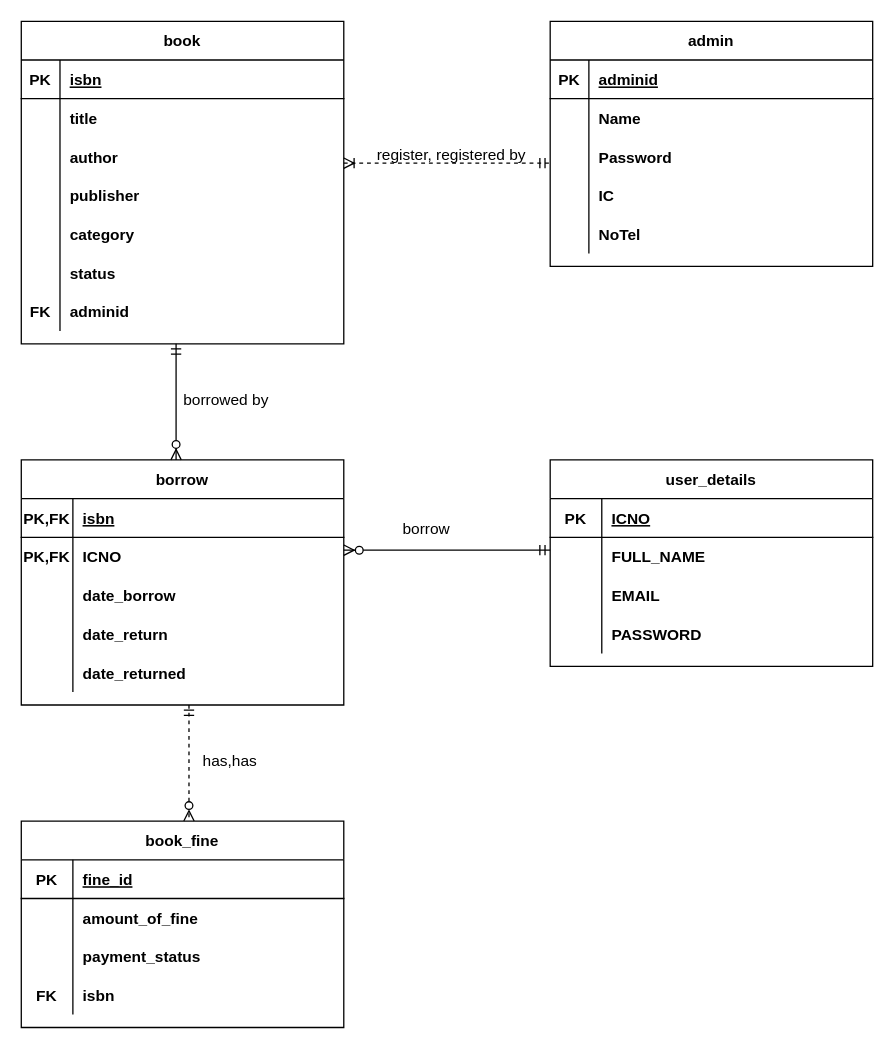
Above: Untitled Diagram.drawio in nurezzajeslin/Exercise-1 (draw.io), before the change. Source tidied: cells renumbered, new cells numbered last; positions are measured from the earlier drawing's top-left corner, leaving out a move shared by most shapes. Both pictures are drawn from the tidied source at 129%, with x=0, y=0 at pixel (21, 21).
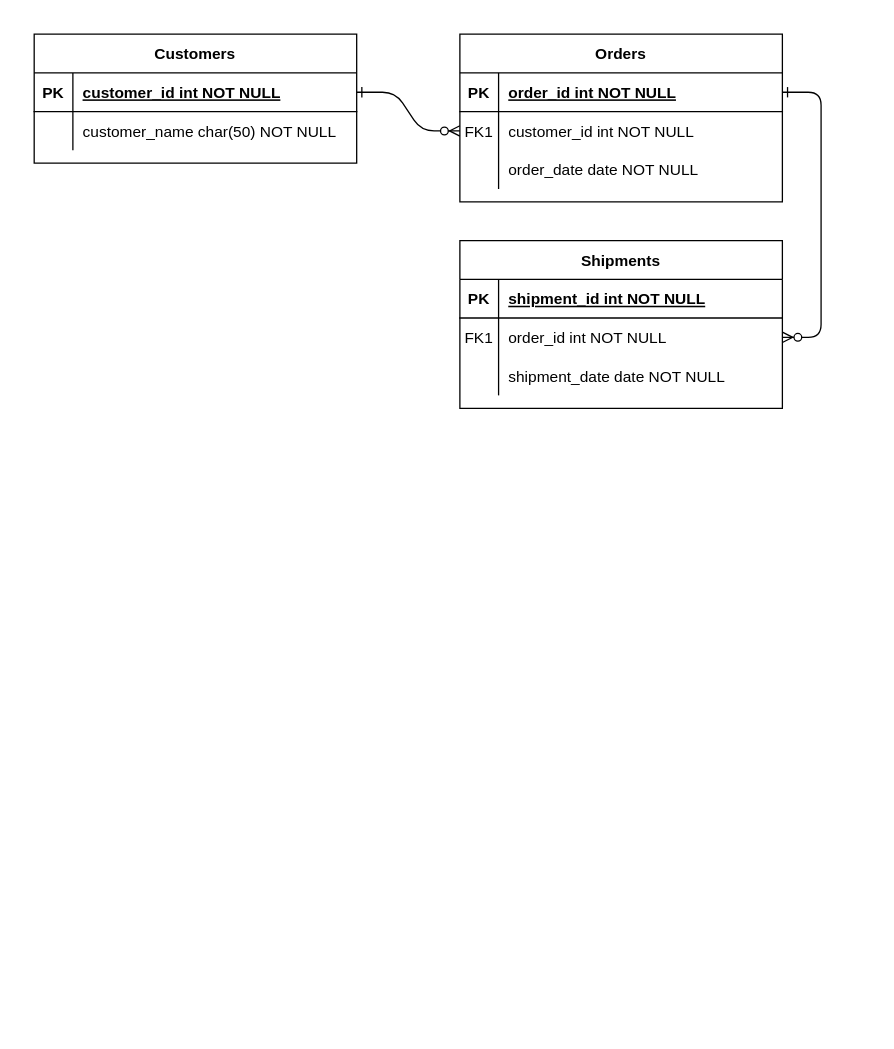
After the change.

Unchanged cells that the change refers to:
```xml
<mxCell id="3" style="shape=partialRectangle;fillColor=none;points=[[0,0.5],[1,0.5]];portConstraint=eastwest;top=0;left=0;right=0;bottom=1;" parent="2" vertex="1">
  <mxGeometry y="30" width="250" height="30" as="geometry" />
</mxCell>
<mxCell id="6" style="shape=partialRectangle;fillColor=none;points=[[0,0.5],[1,0.5]];portConstraint=eastwest;top=0;left=0;right=0;bottom=0;" parent="2" vertex="1">
  <mxGeometry y="60" width="250" height="30" as="geometry" />
</mxCell>
<mxCell id="9" style="shape=partialRectangle;fillColor=none;top=0;left=0;right=0;bottom=0;" parent="2" vertex="1">
  <mxGeometry y="90" width="250" height="30" as="geometry" />
</mxCell>
<mxCell id="19" style="shape=partialRectangle;fillColor=none;top=0;left=0;right=0;bottom=1;" parent="18" vertex="1">
  <mxGeometry y="30" width="250" height="30" as="geometry" />
</mxCell>
<mxCell id="22" style="shape=partialRectangle;fillColor=none;points=[[0,0.5],[1,0.5]];portConstraint=eastwest;top=0;left=0;right=0;bottom=0;" parent="18" vertex="1">
  <mxGeometry y="60" width="250" height="30" as="geometry" />
</mxCell>
<mxCell id="25" style="shape=partialRectangle;fillColor=none;top=0;left=0;right=0;bottom=0;" parent="18" vertex="1">
  <mxGeometry y="90" width="250" height="30" as="geometry" />
</mxCell>
<mxCell id="35" style="shape=partialRectangle;fillColor=none;points=[[0,0.5],[1,0.5]];portConstraint=eastwest;top=0;left=0;right=0;bottom=1;" parent="34" vertex="1">
  <mxGeometry y="30" width="250" height="30" as="geometry" />
</mxCell>
<mxCell id="38" style="shape=partialRectangle;fillColor=none;top=0;left=0;right=0;bottom=0;" parent="34" vertex="1">
  <mxGeometry y="60" width="250" height="30" as="geometry" />
</mxCell>
```

Change to the diagram source:
```diff
@@
+    <mxCell id="90" style="edgeStyle=entityRelationEdgeStyle;endArrow=ERzeroToMany;startArrow=ERone;endFill=1;startFill=0;" parent="1" edge="1" source="35" target="6">
+      <mxGeometry relative="1" as="geometry" />
+    </mxCell>
+    <mxCell id="91" style="edgeStyle=entityRelationEdgeStyle;endArrow=ERzeroToMany;startArrow=ERone;endFill=1;startFill=0;" parent="1" edge="1" source="3" target="22">
+      <mxGeometry relative="1" as="geometry" />
+    </mxCell>
-    <mxCell id="2" value="admin" style="shape=table;startSize=30;childLayout=tableLayout;rowLines=0;fontStyle=1;align=center;" parent="1" vertex="1">
-      <mxGeometry x="410" width="250" height="190" as="geometry" />
+    <mxCell id="2" value="Orders" style="shape=table;startSize=30;childLayout=tableLayout;rowLines=0;fontStyle=1;align=center;" parent="1" vertex="1">
+      <mxGeometry x="340" y="10" width="250" height="130" as="geometry" />
     </mxCell>
@@
-    <mxCell id="5" value="adminid" style="shape=partialRectangle;overflow=hidden;fillColor=none;top=0;left=0;bottom=0;right=0;align=left;spacingLeft=6;fontStyle=5;" parent="3" vertex="1">
+    <mxCell id="5" value="order_id int NOT NULL " style="shape=partialRectangle;overflow=hidden;fillColor=none;top=0;left=0;bottom=0;right=0;align=left;spacingLeft=6;fontStyle=5;" parent="3" vertex="1">
       <mxGeometry x="30" width="220" height="30" as="geometry" />
     </mxCell>
@@
-    <mxCell id="7" style="shape=partialRectangle;overflow=hidden;fillColor=none;top=0;left=0;bottom=0;right=0;" parent="6" vertex="1">
+    <mxCell id="7" value="FK1" style="shape=partialRectangle;overflow=hidden;fillColor=none;top=0;left=0;bottom=0;right=0;" parent="6" vertex="1">
       <mxGeometry width="30" height="30" as="geometry" />
     </mxCell>
-    <mxCell id="8" value="Name" style="shape=partialRectangle;overflow=hidden;fillColor=none;top=0;left=0;bottom=0;right=0;align=left;spacingLeft=6;fontStyle=1;" parent="6" vertex="1">
+    <mxCell id="8" value="customer_id int NOT NULL" style="shape=partialRectangle;overflow=hidden;fillColor=none;top=0;left=0;bottom=0;right=0;align=left;spacingLeft=6;" parent="6" vertex="1">
       <mxGeometry x="30" width="220" height="30" as="geometry" />
     </mxCell>
@@
-    <mxCell id="11" value="Password" style="shape=partialRectangle;overflow=hidden;fillColor=none;top=0;left=0;bottom=0;right=0;align=left;spacingLeft=6;fontStyle=1;" parent="9" vertex="1">
+    <mxCell id="11" value="order_date date NOT NULL" style="shape=partialRectangle;overflow=hidden;fillColor=none;top=0;left=0;bottom=0;right=0;align=left;spacingLeft=6;" parent="9" vertex="1">
       <mxGeometry x="30" width="220" height="30" as="geometry" />
     </mxCell>
-    <mxCell id="12" style="shape=partialRectangle;fillColor=none;top=0;left=0;bottom=0;right=0;" parent="2" vertex="1">
-      <mxGeometry y="120" width="250" height="30" as="geometry" />
-    </mxCell>
-    <mxCell id="13" style="shape=partialRectangle;fillColor=none;top=0;left=0;bottom=0;right=0;overflow=hidden;" parent="12" vertex="1">
-      <mxGeometry width="30" height="30" as="geometry" />
-    </mxCell>
-    <mxCell id="14" value="IC" style="shape=partialRectangle;fillColor=none;top=0;left=0;bottom=0;right=0;align=left;spacingLeft=6;overflow=hidden;fontStyle=1;" parent="12" vertex="1">
-      <mxGeometry x="30" width="220" height="30" as="geometry" />
-    </mxCell>
-    <mxCell id="15" style="shape=partialRectangle;fillColor=none;top=0;left=0;bottom=0;right=0;" parent="2" vertex="1">
-      <mxGeometry y="150" width="250" height="30" as="geometry" />
-    </mxCell>
-    <mxCell id="16" style="shape=partialRectangle;fillColor=none;top=0;left=0;bottom=0;right=0;overflow=hidden;" parent="15" vertex="1">
-      <mxGeometry width="30" height="30" as="geometry" />
-    </mxCell>
-    <mxCell id="17" value="NoTel" style="shape=partialRectangle;fillColor=none;top=0;left=0;bottom=0;right=0;align=left;spacingLeft=6;overflow=hidden;fontStyle=1;" parent="15" vertex="1">
-      <mxGeometry x="30" width="220" height="30" as="geometry" />
-    </mxCell>
-    <mxCell id="18" value="borrow" style="shape=table;startSize=30;childLayout=tableLayout;rowLines=0;fontStyle=1;align=center;" parent="1" vertex="1">
-      <mxGeometry y="340" width="250" height="190" as="geometry" />
+    <mxCell id="18" value="Shipments" style="shape=table;startSize=30;childLayout=tableLayout;rowLines=0;fontStyle=1;align=center;" parent="1" vertex="1">
+      <mxGeometry x="340" y="170" width="250" height="130" as="geometry" />
     </mxCell>
@@
-    <mxCell id="20" value="PK,FK" style="shape=partialRectangle;overflow=hidden;fillColor=none;top=0;left=0;bottom=0;right=0;fontStyle=1;" parent="19" vertex="1">
-      <mxGeometry width="40" height="30" as="geometry" />
+    <mxCell id="20" value="PK" style="shape=partialRectangle;overflow=hidden;fillColor=none;top=0;left=0;bottom=0;right=0;fontStyle=1;" parent="19" vertex="1">
+      <mxGeometry width="30" height="30" as="geometry" />
     </mxCell>
-    <mxCell id="21" value="isbn" style="shape=partialRectangle;overflow=hidden;fillColor=none;top=0;left=0;bottom=0;right=0;align=left;spacingLeft=6;fontStyle=5;" parent="19" vertex="1">
-      <mxGeometry x="40" width="210" height="30" as="geometry" />
+    <mxCell id="21" value="shipment_id int NOT NULL " style="shape=partialRectangle;overflow=hidden;fillColor=none;top=0;left=0;bottom=0;right=0;align=left;spacingLeft=6;fontStyle=5;" parent="19" vertex="1">
+      <mxGeometry x="30" width="220" height="30" as="geometry" />
     </mxCell>
@@
-    <mxCell id="23" value="PK,FK" style="shape=partialRectangle;overflow=hidden;fillColor=none;top=0;left=0;bottom=0;right=0;fontStyle=1;" parent="22" vertex="1">
-      <mxGeometry width="40" height="30" as="geometry" />
+    <mxCell id="23" value="FK1" style="shape=partialRectangle;overflow=hidden;fillColor=none;top=0;left=0;bottom=0;right=0;" parent="22" vertex="1">
+      <mxGeometry width="30" height="30" as="geometry" />
     </mxCell>
-    <mxCell id="24" value="ICNO" style="shape=partialRectangle;overflow=hidden;fillColor=none;top=0;left=0;bottom=0;right=0;align=left;spacingLeft=6;fontStyle=1;" parent="22" vertex="1">
-      <mxGeometry x="40" width="210" height="30" as="geometry" />
+    <mxCell id="24" value="order_id int NOT NULL" style="shape=partialRectangle;overflow=hidden;fillColor=none;top=0;left=0;bottom=0;right=0;align=left;spacingLeft=6;" parent="22" vertex="1">
+      <mxGeometry x="30" width="220" height="30" as="geometry" />
     </mxCell>
@@
     <mxCell id="26" style="shape=partialRectangle;overflow=hidden;fillColor=none;top=0;left=0;bottom=0;right=0;" parent="25" vertex="1">
-      <mxGeometry width="40" height="30" as="geometry" />
+      <mxGeometry width="30" height="30" as="geometry" />
     </mxCell>
-    <mxCell id="27" value="date_borrow" style="shape=partialRectangle;overflow=hidden;fillColor=none;top=0;left=0;bottom=0;right=0;align=left;spacingLeft=6;fontStyle=1;" parent="25" vertex="1">
-      <mxGeometry x="40" width="210" height="30" as="geometry" />
+    <mxCell id="27" value="shipment_date date NOT NULL" style="shape=partialRectangle;overflow=hidden;fillColor=none;top=0;left=0;bottom=0;right=0;align=left;spacingLeft=6;" parent="25" vertex="1">
+      <mxGeometry x="30" width="220" height="30" as="geometry" />
     </mxCell>
-    <mxCell id="28" style="shape=partialRectangle;fillColor=none;top=0;left=0;bottom=0;right=0;" parent="18" vertex="1">
-      <mxGeometry y="120" width="250" height="30" as="geometry" />
-    </mxCell>
-    <mxCell id="29" style="shape=partialRectangle;fillColor=none;top=0;left=0;bottom=0;right=0;overflow=hidden;" parent="28" vertex="1">
-      <mxGeometry width="40" height="30" as="geometry" />
-    </mxCell>
-    <mxCell id="30" value="date_return" style="shape=partialRectangle;fillColor=none;top=0;left=0;bottom=0;right=0;align=left;spacingLeft=6;overflow=hidden;fontStyle=1;" parent="28" vertex="1">
-      <mxGeometry x="40" width="210" height="30" as="geometry" />
-    </mxCell>
-    <mxCell id="31" style="shape=partialRectangle;fillColor=none;top=0;left=0;bottom=0;right=0;" parent="18" vertex="1">
-      <mxGeometry y="150" width="250" height="30" as="geometry" />
-    </mxCell>
-    <mxCell id="32" style="shape=partialRectangle;fillColor=none;top=0;left=0;bottom=0;right=0;overflow=hidden;" parent="31" vertex="1">
-      <mxGeometry width="40" height="30" as="geometry" />
-    </mxCell>
-    <mxCell id="33" value="date_returned" style="shape=partialRectangle;fillColor=none;top=0;left=0;bottom=0;right=0;align=left;spacingLeft=6;overflow=hidden;fontStyle=1;" parent="31" vertex="1">
-      <mxGeometry x="40" width="210" height="30" as="geometry" />
-    </mxCell>
-    <mxCell id="34" value="book" style="shape=table;startSize=30;childLayout=tableLayout;rowLines=0;fontStyle=1;align=center;" parent="1" vertex="1">
-      <mxGeometry width="250" height="250" as="geometry" />
+    <mxCell id="34" value="Customers" style="shape=table;startSize=30;childLayout=tableLayout;rowLines=0;fontStyle=1;align=center;" parent="1" vertex="1">
+      <mxGeometry x="10" y="10" width="250" height="100" as="geometry" />
     </mxCell>
@@
-    <mxCell id="37" value="isbn" style="shape=partialRectangle;overflow=hidden;fillColor=none;top=0;left=0;bottom=0;right=0;align=left;spacingLeft=6;fontStyle=5;" parent="35" vertex="1">
+    <mxCell id="37" value="customer_id int NOT NULL " style="shape=partialRectangle;overflow=hidden;fillColor=none;top=0;left=0;bottom=0;right=0;align=left;spacingLeft=6;fontStyle=5;" parent="35" vertex="1">
       <mxGeometry x="30" width="220" height="30" as="geometry" />
     </mxCell>
@@
-    <mxCell id="40" value="title" style="shape=partialRectangle;overflow=hidden;fillColor=none;top=0;left=0;bottom=0;right=0;align=left;spacingLeft=6;fontStyle=1;" parent="38" vertex="1">
+    <mxCell id="40" value="customer_name char(50) NOT NULL" style="shape=partialRectangle;overflow=hidden;fillColor=none;top=0;left=0;bottom=0;right=0;align=left;spacingLeft=6;" parent="38" vertex="1">
       <mxGeometry x="30" width="220" height="30" as="geometry" />
     </mxCell>
-    <mxCell id="41" style="shape=partialRectangle;fillColor=none;top=0;left=0;bottom=0;right=0;" parent="34" vertex="1">
-      <mxGeometry y="90" width="250" height="30" as="geometry" />
-    </mxCell>
-    <mxCell id="42" style="shape=partialRectangle;fillColor=none;top=0;left=0;bottom=0;right=0;overflow=hidden;" parent="41" vertex="1">
-      <mxGeometry width="30" height="30" as="geometry" />
-    </mxCell>
-    <mxCell id="43" value="author" style="shape=partialRectangle;fillColor=none;top=0;left=0;bottom=0;right=0;align=left;spacingLeft=6;overflow=hidden;fontStyle=1;" parent="41" vertex="1">
-      <mxGeometry x="30" width="220" height="30" as="geometry" />
-    </mxCell>
-    <mxCell id="44" style="shape=partialRectangle;fillColor=none;top=0;left=0;bottom=0;right=0;" parent="34" vertex="1">
-      <mxGeometry y="120" width="250" height="30" as="geometry" />
-    </mxCell>
-    <mxCell id="45" style="shape=partialRectangle;fillColor=none;top=0;left=0;bottom=0;right=0;overflow=hidden;" parent="44" vertex="1">
-      <mxGeometry width="30" height="30" as="geometry" />
-    </mxCell>
-    <mxCell id="46" value="publisher" style="shape=partialRectangle;fillColor=none;top=0;left=0;bottom=0;right=0;align=left;spacingLeft=6;overflow=hidden;fontStyle=1;" parent="44" vertex="1">
-      <mxGeometry x="30" width="220" height="30" as="geometry" />
-    </mxCell>
-    <mxCell id="47" style="shape=partialRectangle;fillColor=none;top=0;left=0;bottom=0;right=0;" parent="34" vertex="1">
-      <mxGeometry y="150" width="250" height="30" as="geometry" />
-    </mxCell>
-    <mxCell id="48" style="shape=partialRectangle;fillColor=none;top=0;left=0;bottom=0;right=0;overflow=hidden;" parent="47" vertex="1">
-      <mxGeometry width="30" height="30" as="geometry" />
-    </mxCell>
-    <mxCell id="49" value="category" style="shape=partialRectangle;fillColor=none;top=0;left=0;bottom=0;right=0;align=left;spacingLeft=6;overflow=hidden;fontStyle=1;" parent="47" vertex="1">
-      <mxGeometry x="30" width="220" height="30" as="geometry" />
-    </mxCell>
-    <mxCell id="50" style="shape=partialRectangle;fillColor=none;top=0;left=0;bottom=0;right=0;" parent="34" vertex="1">
-      <mxGeometry y="180" width="250" height="30" as="geometry" />
-    </mxCell>
-    <mxCell id="51" style="shape=partialRectangle;fillColor=none;top=0;left=0;bottom=0;right=0;overflow=hidden;" parent="50" vertex="1">
-      <mxGeometry width="30" height="30" as="geometry" />
-    </mxCell>
-    <mxCell id="52" value="status" style="shape=partialRectangle;fillColor=none;top=0;left=0;bottom=0;right=0;align=left;spacingLeft=6;overflow=hidden;fontStyle=1;" parent="50" vertex="1">
-      <mxGeometry x="30" width="220" height="30" as="geometry" />
-    </mxCell>
-    <mxCell id="53" style="shape=partialRectangle;fillColor=none;top=0;left=0;bottom=0;right=0;" parent="34" vertex="1">
-      <mxGeometry y="210" width="250" height="30" as="geometry" />
-    </mxCell>
-    <mxCell id="54" value="FK" style="shape=partialRectangle;fillColor=none;top=0;left=0;bottom=0;right=0;fontStyle=1;overflow=hidden;" parent="53" vertex="1">
-      <mxGeometry width="30" height="30" as="geometry" />
-    </mxCell>
-    <mxCell id="55" value="adminid" style="shape=partialRectangle;fillColor=none;top=0;left=0;bottom=0;right=0;align=left;spacingLeft=6;fontStyle=1;overflow=hidden;" parent="53" vertex="1">
-      <mxGeometry x="30" width="220" height="30" as="geometry" />
-    </mxCell>
-    <mxCell id="56" value="user_details" style="shape=table;startSize=30;childLayout=tableLayout;rowLines=0;fontStyle=1;align=center;" parent="1" vertex="1">
-      <mxGeometry x="410" y="340" width="250" height="160" as="geometry" />
-    </mxCell>
-    <mxCell id="57" style="shape=partialRectangle;fillColor=none;top=0;left=0;right=0;bottom=1;" parent="56" vertex="1">
-      <mxGeometry y="30" width="250" height="30" as="geometry" />
-    </mxCell>
-    <mxCell id="58" value="PK" style="shape=partialRectangle;overflow=hidden;fillColor=none;top=0;left=0;bottom=0;right=0;fontStyle=1;" parent="57" vertex="1">
-      <mxGeometry width="40" height="30" as="geometry" />
-    </mxCell>
-    <mxCell id="59" value="ICNO" style="shape=partialRectangle;overflow=hidden;fillColor=none;top=0;left=0;bottom=0;right=0;align=left;spacingLeft=6;fontStyle=5;" parent="57" vertex="1">
-      <mxGeometry x="40" width="210" height="30" as="geometry" />
-    </mxCell>
-    <mxCell id="60" style="shape=partialRectangle;fillColor=none;top=0;left=0;right=0;bottom=0;" parent="56" vertex="1">
-      <mxGeometry y="60" width="250" height="30" as="geometry" />
-    </mxCell>
-    <mxCell id="61" style="shape=partialRectangle;overflow=hidden;fillColor=none;top=0;left=0;bottom=0;right=0;" parent="60" vertex="1">
-      <mxGeometry width="40" height="30" as="geometry" />
-    </mxCell>
-    <mxCell id="62" value="FULL_NAME" style="shape=partialRectangle;overflow=hidden;fillColor=none;top=0;left=0;bottom=0;right=0;align=left;spacingLeft=6;fontStyle=1;" parent="60" vertex="1">
-      <mxGeometry x="40" width="210" height="30" as="geometry" />
-    </mxCell>
-    <mxCell id="63" style="shape=partialRectangle;fillColor=none;top=0;left=0;bottom=0;right=0;" parent="56" vertex="1">
-      <mxGeometry y="90" width="250" height="30" as="geometry" />
-    </mxCell>
-    <mxCell id="64" style="shape=partialRectangle;fillColor=none;top=0;left=0;bottom=0;right=0;overflow=hidden;" parent="63" vertex="1">
-      <mxGeometry width="40" height="30" as="geometry" />
-    </mxCell>
-    <mxCell id="65" value="EMAIL" style="shape=partialRectangle;fillColor=none;top=0;left=0;bottom=0;right=0;align=left;spacingLeft=6;overflow=hidden;fontStyle=1;" parent="63" vertex="1">
-      <mxGeometry x="40" width="210" height="30" as="geometry" />
-    </mxCell>
-    <mxCell id="66" style="shape=partialRectangle;fillColor=none;top=0;left=0;bottom=0;right=0;" parent="56" vertex="1">
-      <mxGeometry y="120" width="250" height="30" as="geometry" />
-    </mxCell>
-    <mxCell id="67" style="shape=partialRectangle;fillColor=none;top=0;left=0;bottom=0;right=0;overflow=hidden;" parent="66" vertex="1">
-      <mxGeometry width="40" height="30" as="geometry" />
-    </mxCell>
-    <mxCell id="68" value="PASSWORD" style="shape=partialRectangle;fillColor=none;top=0;left=0;bottom=0;right=0;align=left;spacingLeft=6;overflow=hidden;fontStyle=1;" parent="66" vertex="1">
-      <mxGeometry x="40" width="210" height="30" as="geometry" />
-    </mxCell>
-    <mxCell id="69" value="book_fine" style="shape=table;startSize=30;childLayout=tableLayout;rowLines=0;fontStyle=1;align=center;" parent="1" vertex="1">
-      <mxGeometry y="620" width="250" height="160" as="geometry" />
-    </mxCell>
-    <mxCell id="70" style="shape=partialRectangle;fillColor=none;top=0;left=0;right=0;bottom=1;" parent="69" vertex="1">
-      <mxGeometry y="30" width="250" height="30" as="geometry" />
-    </mxCell>
-    <mxCell id="71" value="PK" style="shape=partialRectangle;overflow=hidden;fillColor=none;top=0;left=0;bottom=0;right=0;fontStyle=1;" parent="70" vertex="1">
-      <mxGeometry width="40" height="30" as="geometry" />
-    </mxCell>
-    <mxCell id="72" value="fine_id" style="shape=partialRectangle;overflow=hidden;fillColor=none;top=0;left=0;bottom=0;right=0;align=left;spacingLeft=6;fontStyle=5;" parent="70" vertex="1">
-      <mxGeometry x="40" width="210" height="30" as="geometry" />
-    </mxCell>
-    <mxCell id="73" style="shape=partialRectangle;fillColor=none;top=0;left=0;right=0;bottom=0;" parent="69" vertex="1">
-      <mxGeometry y="60" width="250" height="30" as="geometry" />
-    </mxCell>
-    <mxCell id="74" style="shape=partialRectangle;overflow=hidden;fillColor=none;top=0;left=0;bottom=0;right=0;" parent="73" vertex="1">
-      <mxGeometry width="40" height="30" as="geometry" />
-    </mxCell>
-    <mxCell id="75" value="amount_of_fine" style="shape=partialRectangle;overflow=hidden;fillColor=none;top=0;left=0;bottom=0;right=0;align=left;spacingLeft=6;fontStyle=1;" parent="73" vertex="1">
-      <mxGeometry x="40" width="210" height="30" as="geometry" />
-    </mxCell>
-    <mxCell id="76" style="shape=partialRectangle;fillColor=none;top=0;left=0;bottom=0;right=0;" parent="69" vertex="1">
-      <mxGeometry y="90" width="250" height="30" as="geometry" />
-    </mxCell>
-    <mxCell id="77" style="shape=partialRectangle;fillColor=none;top=0;left=0;bottom=0;right=0;overflow=hidden;" parent="76" vertex="1">
-      <mxGeometry width="40" height="30" as="geometry" />
-    </mxCell>
-    <mxCell id="78" value="payment_status" style="shape=partialRectangle;fillColor=none;top=0;left=0;bottom=0;right=0;align=left;spacingLeft=6;overflow=hidden;fontStyle=1;" parent="76" vertex="1">
-      <mxGeometry x="40" width="210" height="30" as="geometry" />
-    </mxCell>
-    <mxCell id="79" style="shape=partialRectangle;fillColor=none;top=0;left=0;bottom=0;right=0;" parent="69" vertex="1">
-      <mxGeometry y="120" width="250" height="30" as="geometry" />
-    </mxCell>
-    <mxCell id="80" value="FK" style="shape=partialRectangle;fillColor=none;top=0;left=0;bottom=0;right=0;overflow=hidden;fontStyle=1;" parent="79" vertex="1">
-      <mxGeometry width="40" height="30" as="geometry" />
-    </mxCell>
-    <mxCell id="81" value="isbn" style="shape=partialRectangle;fillColor=none;top=0;left=0;bottom=0;right=0;align=left;spacingLeft=6;overflow=hidden;fontStyle=1;" parent="79" vertex="1">
-      <mxGeometry x="40" width="210" height="30" as="geometry" />
-    </mxCell>
-    <mxCell id="82" style="endArrow=ERmandOne;html=1;rounded=0;dashed=1;startArrow=ERoneToMany;startFill=0;endFill=0;" parent="1" edge="1">
-      <mxGeometry relative="1" as="geometry">
-        <mxPoint x="250" y="110" as="sourcePoint" />
-        <mxPoint x="410" y="110" as="targetPoint" />
-      </mxGeometry>
-    </mxCell>
-    <mxCell id="83" value="register, registered by" style="text;strokeColor=none;fillColor=none;spacingLeft=4;spacingRight=4;overflow=hidden;fontSize=12;" parent="1" vertex="1">
-      <mxGeometry x="270" y="90" width="130" height="30" as="geometry" />
-    </mxCell>
-    <mxCell id="84" style="endArrow=ERzeroToMany;html=1;rounded=0;endFill=1;startArrow=ERmandOne;startFill=0;" parent="1" edge="1">
-      <mxGeometry relative="1" as="geometry">
-        <mxPoint x="120" y="250" as="sourcePoint" />
-        <mxPoint x="120" y="340" as="targetPoint" />
-      </mxGeometry>
-    </mxCell>
-    <mxCell id="85" style="endArrow=ERmandOne;html=1;rounded=0;endFill=0;startArrow=ERzeroToMany;startFill=1;" parent="1" edge="1">
-      <mxGeometry relative="1" as="geometry">
-        <mxPoint x="250" y="410" as="sourcePoint" />
-        <mxPoint x="410" y="410" as="targetPoint" />
-      </mxGeometry>
-    </mxCell>
-    <mxCell id="86" value="borrowed by" style="text;strokeColor=none;fillColor=none;spacingLeft=4;spacingRight=4;overflow=hidden;fontSize=12;" parent="1" vertex="1">
-      <mxGeometry x="120" y="280" width="80" height="30" as="geometry" />
-    </mxCell>
-    <mxCell id="87" value="borrow" style="text;strokeColor=none;fillColor=none;spacingLeft=4;spacingRight=4;overflow=hidden;fontSize=12;" parent="1" vertex="1">
-      <mxGeometry x="290" y="380" width="70" height="30" as="geometry" />
-    </mxCell>
-    <mxCell id="88" style="endArrow=ERzeroToMany;html=1;rounded=0;endFill=1;startArrow=ERmandOne;startFill=0;dashed=1;" parent="1" edge="1">
-      <mxGeometry relative="1" as="geometry">
-        <mxPoint x="130" y="530" as="sourcePoint" />
-        <mxPoint x="130" y="620" as="targetPoint" />
-      </mxGeometry>
-    </mxCell>
-    <mxCell id="89" value="has,has" style="text;strokeColor=none;fillColor=none;spacingLeft=4;spacingRight=4;overflow=hidden;fontSize=12;" parent="1" vertex="1">
-      <mxGeometry x="135" y="560" width="55" height="30" as="geometry" />
-    </mxCell>
```
